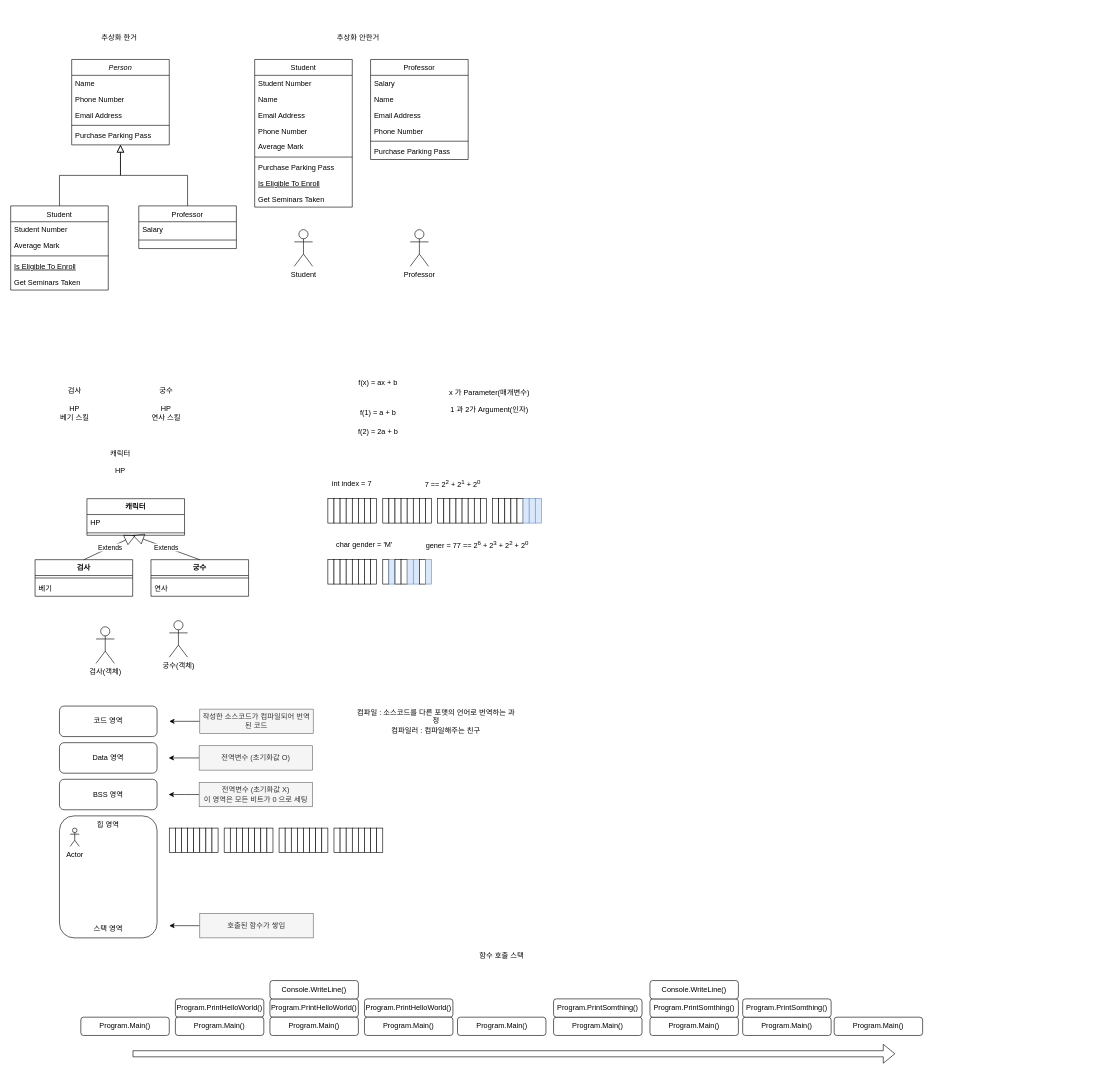
Earlier version of the draw.io diagram CSharp/CSharpBasic.drawio (luke-youngmin-cho/UnityEngineBasic_6th). Source tidied: cells renumbered, new cells numbered last; positions are measured from the earlier drawing's top-left corner, leaving out a move shared by most shapes. Both pictures are drawn from the tidied source at 61%, with x=0, y=0 at pixel (10, 29).
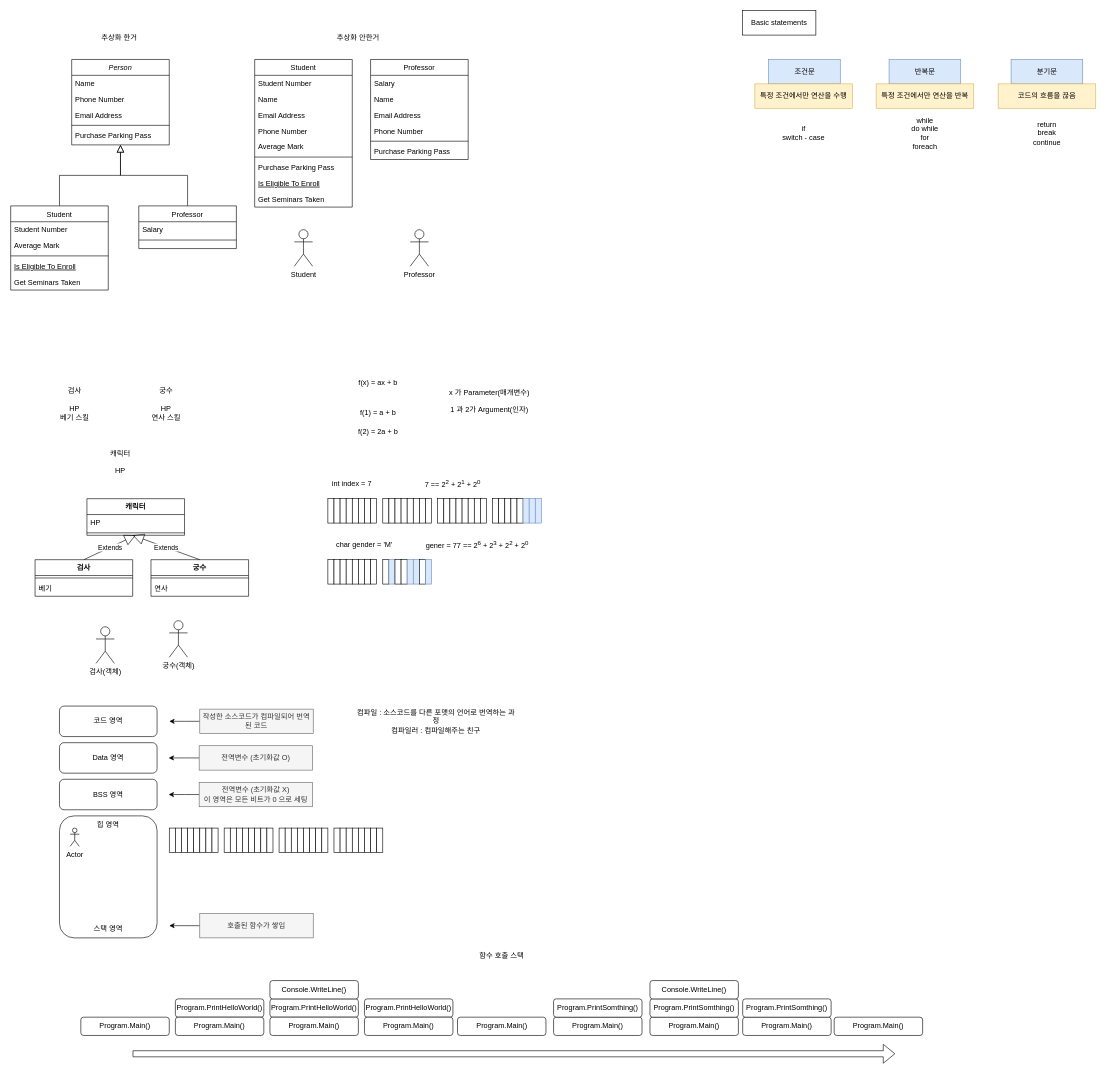
After the change.

Change to the diagram source:
```diff
@@
+    <mxCell id="179" value="Basic statements" style="rounded=0;whiteSpace=wrap;html=1;" parent="1" vertex="1">
+      <mxGeometry x="1200" y="-30" width="120" height="40" as="geometry" />
+    </mxCell>
+    <mxCell id="180" value="조건문" style="text;html=1;strokeColor=#6c8ebf;fillColor=#dae8fc;align=center;verticalAlign=middle;whiteSpace=wrap;rounded=0;" parent="1" vertex="1">
+      <mxGeometry x="1242.5" y="50" width="117.5" height="40" as="geometry" />
+    </mxCell>
+    <mxCell id="181" value="반복문" style="text;html=1;strokeColor=#6c8ebf;fillColor=#dae8fc;align=center;verticalAlign=middle;whiteSpace=wrap;rounded=0;" parent="1" vertex="1">
+      <mxGeometry x="1440" y="50" width="117.5" height="40" as="geometry" />
+    </mxCell>
+    <mxCell id="182" value="분기문" style="text;html=1;strokeColor=#6c8ebf;fillColor=#dae8fc;align=center;verticalAlign=middle;whiteSpace=wrap;rounded=0;" parent="1" vertex="1">
+      <mxGeometry x="1640" y="50" width="117.5" height="40" as="geometry" />
+    </mxCell>
+    <mxCell id="183" value="특정 조건에서만 연산을 수행" style="text;html=1;strokeColor=#d6b656;fillColor=#fff2cc;align=center;verticalAlign=middle;whiteSpace=wrap;rounded=0;" parent="1" vertex="1">
+      <mxGeometry x="1220" y="90" width="160" height="40" as="geometry" />
+    </mxCell>
+    <mxCell id="184" value="특정 조건에서만 연산을 반복" style="text;html=1;strokeColor=#d6b656;fillColor=#fff2cc;align=center;verticalAlign=middle;whiteSpace=wrap;rounded=0;" parent="1" vertex="1">
+      <mxGeometry x="1418.8" y="90" width="160" height="40" as="geometry" />
+    </mxCell>
+    <mxCell id="185" value="코드의 흐름을 끊음" style="text;html=1;strokeColor=#d6b656;fillColor=#fff2cc;align=center;verticalAlign=middle;whiteSpace=wrap;rounded=0;" parent="1" vertex="1">
+      <mxGeometry x="1618.8" y="90" width="160" height="40" as="geometry" />
+    </mxCell>
+    <mxCell id="186" value="if&lt;br&gt;switch - case" style="text;html=1;strokeColor=none;fillColor=none;align=center;verticalAlign=middle;whiteSpace=wrap;rounded=0;" parent="1" vertex="1">
+      <mxGeometry x="1220" y="140" width="160" height="60" as="geometry" />
+    </mxCell>
+    <mxCell id="187" value="while&lt;br&gt;do while&lt;br&gt;for&lt;br&gt;foreach" style="text;html=1;strokeColor=none;fillColor=none;align=center;verticalAlign=middle;whiteSpace=wrap;rounded=0;" parent="1" vertex="1">
+      <mxGeometry x="1418.8" y="141" width="160" height="60" as="geometry" />
+    </mxCell>
+    <mxCell id="188" value="return&lt;br&gt;break&lt;br&gt;continue" style="text;html=1;strokeColor=none;fillColor=none;align=center;verticalAlign=middle;whiteSpace=wrap;rounded=0;" parent="1" vertex="1">
+      <mxGeometry x="1618.8" y="141" width="160" height="60" as="geometry" />
+    </mxCell>
```
